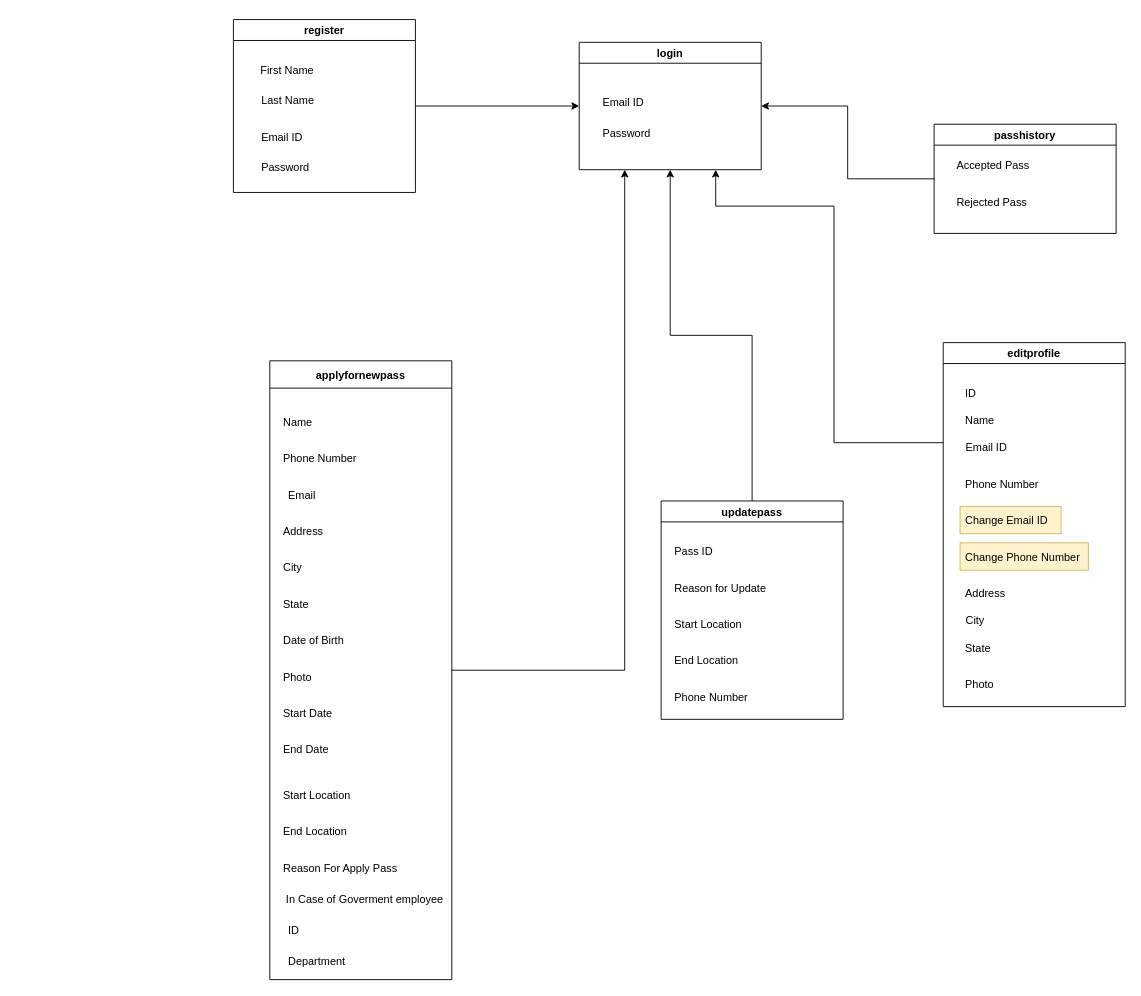
rahulvermafreelancer/curfewpass-django keeps this draw.io diagram as curfewpass-class-diagram.drawio. Above is the earlier version. Source tidied: cells renumbered, new cells numbered last; positions are measured from the earlier drawing's top-left corner, leaving out a move shared by most shapes. Both pictures are drawn from the tidied source at 91%, with x=0, y=0 at pixel (233, 19).
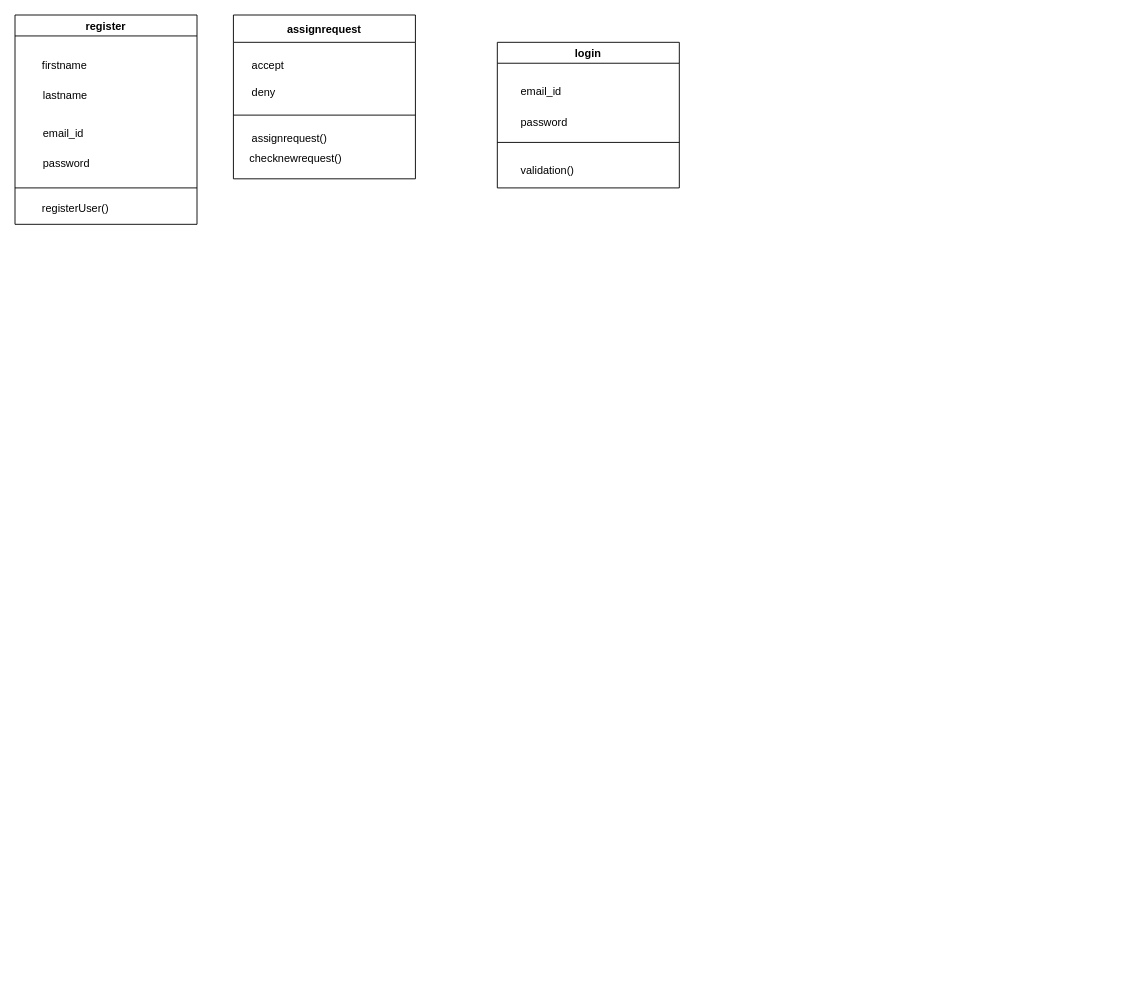
The same page after the edit.

The edit, as a diff of the source:
```diff
@@
     <mxCell id="2" value="login" style="swimlane;" parent="1" vertex="1">
-      <mxGeometry x="380" y="25" width="200" height="140" as="geometry" />
+      <mxGeometry x="290" y="25" width="200" height="160" as="geometry" />
     </mxCell>
-    <mxCell id="3" value="Email ID" style="text;strokeColor=none;fillColor=none;align=left;verticalAlign=middle;spacingLeft=4;spacingRight=4;overflow=hidden;" parent="2" vertex="1">
-      <mxGeometry x="20" y="50" width="110" height="30" as="geometry" />
+    <mxCell id="3" value="email_id" style="text;strokeColor=none;fillColor=none;align=left;verticalAlign=middle;spacingLeft=4;spacingRight=4;overflow=hidden;" parent="2" vertex="1">
+      <mxGeometry x="20" y="38" width="110" height="30" as="geometry" />
     </mxCell>
-    <mxCell id="4" value="Password" style="text;strokeColor=none;fillColor=none;align=left;verticalAlign=middle;spacingLeft=4;spacingRight=4;overflow=hidden;" parent="2" vertex="1">
-      <mxGeometry x="20" y="85" width="110" height="30" as="geometry" />
+    <mxCell id="4" value="password" style="text;strokeColor=none;fillColor=none;align=left;verticalAlign=middle;spacingLeft=4;spacingRight=4;overflow=hidden;" parent="2" vertex="1">
+      <mxGeometry x="20" y="72" width="110" height="30" as="geometry" />
     </mxCell>
-    <mxCell id="5" style="edgeStyle=orthogonalEdgeStyle;rounded=0;jettySize=auto;html=1;entryX=0.25;entryY=1;entryDx=0;entryDy=0;" parent="1" edge="1" source="6" target="2">
-      <mxGeometry relative="1" as="geometry" />
-    </mxCell>
-    <mxCell id="6" value="applyfornewpass" style="swimlane;startSize=30;" parent="1" vertex="1">
-      <mxGeometry x="40" y="375" width="200" height="680" as="geometry" />
-    </mxCell>
-    <mxCell id="7" value="Name" style="text;strokeColor=none;fillColor=none;align=left;verticalAlign=middle;spacingLeft=4;spacingRight=4;overflow=hidden;" parent="6" vertex="1">
-      <mxGeometry x="9" y="52" width="80" height="30" as="geometry" />
-    </mxCell>
-    <mxCell id="8" value="Email" style="text;strokeColor=none;fillColor=none;align=left;verticalAlign=middle;spacingLeft=4;spacingRight=4;overflow=hidden;" parent="6" vertex="1">
-      <mxGeometry x="14.5" y="132" width="80" height="30" as="geometry" />
-    </mxCell>
-    <mxCell id="9" value="Phone Number" style="text;strokeColor=none;fillColor=none;align=left;verticalAlign=middle;spacingLeft=4;spacingRight=4;overflow=hidden;" parent="6" vertex="1">
-      <mxGeometry x="9" y="92" width="121" height="30" as="geometry" />
-    </mxCell>
-    <mxCell id="10" value="Address" style="text;strokeColor=none;fillColor=none;align=left;verticalAlign=middle;spacingLeft=4;spacingRight=4;overflow=hidden;" parent="6" vertex="1">
-      <mxGeometry x="9" y="172" width="80" height="30" as="geometry" />
-    </mxCell>
-    <mxCell id="11" value="City" style="text;strokeColor=none;fillColor=none;align=left;verticalAlign=middle;spacingLeft=4;spacingRight=4;overflow=hidden;" parent="6" vertex="1">
-      <mxGeometry x="9" y="212" width="80" height="30" as="geometry" />
-    </mxCell>
-    <mxCell id="12" value="State" style="text;strokeColor=none;fillColor=none;align=left;verticalAlign=middle;spacingLeft=4;spacingRight=4;overflow=hidden;" parent="6" vertex="1">
-      <mxGeometry x="9" y="252" width="80" height="30" as="geometry" />
-    </mxCell>
-    <mxCell id="13" value="Date of Birth" style="text;strokeColor=none;fillColor=none;align=left;verticalAlign=middle;spacingLeft=4;spacingRight=4;overflow=hidden;" parent="6" vertex="1">
-      <mxGeometry x="9" y="292" width="80" height="30" as="geometry" />
-    </mxCell>
-    <mxCell id="14" value="Photo" style="text;strokeColor=none;fillColor=none;align=left;verticalAlign=middle;spacingLeft=4;spacingRight=4;overflow=hidden;" parent="6" vertex="1">
-      <mxGeometry x="9" y="332" width="80" height="30" as="geometry" />
-    </mxCell>
-    <mxCell id="15" value="Start Date" style="text;strokeColor=none;fillColor=none;align=left;verticalAlign=middle;spacingLeft=4;spacingRight=4;overflow=hidden;" parent="6" vertex="1">
-      <mxGeometry x="9" y="372" width="80" height="30" as="geometry" />
-    </mxCell>
-    <mxCell id="16" value="End Date" style="text;strokeColor=none;fillColor=none;align=left;verticalAlign=middle;spacingLeft=4;spacingRight=4;overflow=hidden;" parent="6" vertex="1">
-      <mxGeometry x="9" y="412" width="80" height="30" as="geometry" />
-    </mxCell>
-    <mxCell id="17" value="Start Location" style="text;strokeColor=none;fillColor=none;align=left;verticalAlign=middle;spacingLeft=4;spacingRight=4;overflow=hidden;" parent="6" vertex="1">
-      <mxGeometry x="9" y="462" width="91" height="30" as="geometry" />
-    </mxCell>
-    <mxCell id="18" value="End Location" style="text;strokeColor=none;fillColor=none;align=left;verticalAlign=middle;spacingLeft=4;spacingRight=4;overflow=hidden;" parent="6" vertex="1">
-      <mxGeometry x="9" y="502" width="80" height="30" as="geometry" />
-    </mxCell>
-    <mxCell id="19" value="Reason For Apply Pass" style="text;strokeColor=none;fillColor=none;align=left;verticalAlign=middle;spacingLeft=4;spacingRight=4;overflow=hidden;" parent="6" vertex="1">
-      <mxGeometry x="9" y="542" width="145.5" height="30" as="geometry" />
-    </mxCell>
-    <mxCell id="20" value="In Case of Goverment employee" style="text;html=1;align=center;verticalAlign=middle;strokeColor=none;fillColor=none;" parent="6" vertex="1">
-      <mxGeometry x="9" y="582" width="190" height="20" as="geometry" />
-    </mxCell>
-    <mxCell id="21" value="ID" style="text;strokeColor=none;fillColor=none;align=left;verticalAlign=middle;spacingLeft=4;spacingRight=4;overflow=hidden;" parent="6" vertex="1">
-      <mxGeometry x="14.5" y="610" width="80" height="30" as="geometry" />
-    </mxCell>
-    <mxCell id="22" value="Department" style="text;strokeColor=none;fillColor=none;align=left;verticalAlign=middle;spacingLeft=4;spacingRight=4;overflow=hidden;" parent="6" vertex="1">
-      <mxGeometry x="14.5" y="644" width="80" height="30" as="geometry" />
-    </mxCell>
-    <mxCell id="23" style="edgeStyle=orthogonalEdgeStyle;rounded=0;jettySize=auto;html=1;entryX=0.5;entryY=1;entryDx=0;entryDy=0;" parent="1" edge="1" source="24" target="2">
-      <mxGeometry relative="1" as="geometry" />
-    </mxCell>
-    <mxCell id="24" value="updatepass" style="swimlane;" parent="1" vertex="1">
-      <mxGeometry x="470" y="529" width="200" height="240" as="geometry" />
-    </mxCell>
-    <mxCell id="25" value="Pass ID" style="text;strokeColor=none;fillColor=none;align=left;verticalAlign=middle;spacingLeft=4;spacingRight=4;overflow=hidden;" parent="24" vertex="1">
-      <mxGeometry x="9" y="40" width="80" height="30" as="geometry" />
-    </mxCell>
-    <mxCell id="26" value="Reason for Update" style="text;strokeColor=none;fillColor=none;align=left;verticalAlign=middle;spacingLeft=4;spacingRight=4;overflow=hidden;" parent="24" vertex="1">
-      <mxGeometry x="9" y="80" width="121" height="30" as="geometry" />
-    </mxCell>
-    <mxCell id="27" value="Start Location" style="text;strokeColor=none;fillColor=none;align=left;verticalAlign=middle;spacingLeft=4;spacingRight=4;overflow=hidden;" parent="24" vertex="1">
-      <mxGeometry x="9" y="120" width="101" height="30" as="geometry" />
-    </mxCell>
-    <mxCell id="28" value="End Location" style="text;strokeColor=none;fillColor=none;align=left;verticalAlign=middle;spacingLeft=4;spacingRight=4;overflow=hidden;" parent="24" vertex="1">
-      <mxGeometry x="9" y="160" width="111" height="30" as="geometry" />
-    </mxCell>
-    <mxCell id="29" value="Phone Number" style="text;strokeColor=none;fillColor=none;align=left;verticalAlign=middle;spacingLeft=4;spacingRight=4;overflow=hidden;" parent="24" vertex="1">
-      <mxGeometry x="9" y="200" width="121" height="30" as="geometry" />
-    </mxCell>
-    <mxCell id="30" style="edgeStyle=orthogonalEdgeStyle;rounded=0;jettySize=auto;html=1;entryX=1;entryY=0.5;entryDx=0;entryDy=0;" parent="1" edge="1" source="31" target="2">
-      <mxGeometry relative="1" as="geometry" />
-    </mxCell>
-    <mxCell id="31" value="passhistory" style="swimlane;" parent="1" vertex="1">
-      <mxGeometry x="770" y="115" width="200" height="120" as="geometry" />
-    </mxCell>
-    <mxCell id="32" value="Accepted Pass" style="text;strokeColor=none;fillColor=none;align=left;verticalAlign=middle;spacingLeft=4;spacingRight=4;overflow=hidden;" parent="31" vertex="1">
-      <mxGeometry x="19" y="30" width="111" height="30" as="geometry" />
-    </mxCell>
-    <mxCell id="33" value="Rejected Pass" style="text;strokeColor=none;fillColor=none;align=left;verticalAlign=middle;spacingLeft=4;spacingRight=4;overflow=hidden;" parent="31" vertex="1">
-      <mxGeometry x="19" y="70" width="91" height="30" as="geometry" />
-    </mxCell>
-    <mxCell id="34" style="edgeStyle=orthogonalEdgeStyle;rounded=0;jettySize=auto;html=1;entryX=0.75;entryY=1;entryDx=0;entryDy=0;" parent="1" edge="1" source="35" target="2">
-      <mxGeometry relative="1" as="geometry">
-        <Array as="points">
-          <mxPoint x="660" y="465" />
-          <mxPoint x="660" y="205" />
-          <mxPoint x="530" y="205" />
-        </Array>
-      </mxGeometry>
-    </mxCell>
-    <mxCell id="35" value="editprofile" style="swimlane;" parent="1" vertex="1">
-      <mxGeometry x="780" y="355" width="200" height="400" as="geometry" />
-    </mxCell>
-    <mxCell id="36" value="Name" style="text;strokeColor=none;fillColor=none;align=left;verticalAlign=middle;spacingLeft=4;spacingRight=4;overflow=hidden;" parent="35" vertex="1">
-      <mxGeometry x="18.5" y="70" width="80" height="30" as="geometry" />
-    </mxCell>
-    <mxCell id="37" value="Email ID" style="text;strokeColor=none;fillColor=none;align=left;verticalAlign=middle;spacingLeft=4;spacingRight=4;overflow=hidden;" parent="35" vertex="1">
-      <mxGeometry x="19" y="100" width="80" height="30" as="geometry" />
-    </mxCell>
-    <mxCell id="38" value="Phone Number" style="text;strokeColor=none;fillColor=none;align=left;verticalAlign=middle;spacingLeft=4;spacingRight=4;overflow=hidden;" parent="35" vertex="1">
-      <mxGeometry x="18.5" y="140" width="101" height="30" as="geometry" />
-    </mxCell>
-    <mxCell id="39" value="Change Email ID" style="text;strokeColor=#d6b656;fillColor=#fff2cc;align=left;verticalAlign=middle;spacingLeft=4;spacingRight=4;overflow=hidden;" parent="35" vertex="1">
-      <mxGeometry x="18.5" y="180" width="111" height="30" as="geometry" />
-    </mxCell>
-    <mxCell id="40" value="Change Phone Number" style="text;strokeColor=#d6b656;fillColor=#fff2cc;align=left;verticalAlign=middle;spacingLeft=4;spacingRight=4;overflow=hidden;" parent="35" vertex="1">
-      <mxGeometry x="18.5" y="220" width="141" height="30" as="geometry" />
-    </mxCell>
-    <mxCell id="41" value="Address" style="text;strokeColor=none;fillColor=none;align=left;verticalAlign=middle;spacingLeft=4;spacingRight=4;overflow=hidden;" parent="35" vertex="1">
-      <mxGeometry x="18.5" y="260" width="80" height="30" as="geometry" />
-    </mxCell>
-    <mxCell id="42" value="City" style="text;strokeColor=none;fillColor=none;align=left;verticalAlign=middle;spacingLeft=4;spacingRight=4;overflow=hidden;" parent="35" vertex="1">
-      <mxGeometry x="19" y="290" width="80" height="30" as="geometry" />
-    </mxCell>
-    <mxCell id="43" value="State" style="text;strokeColor=none;fillColor=none;align=left;verticalAlign=middle;spacingLeft=4;spacingRight=4;overflow=hidden;" parent="35" vertex="1">
-      <mxGeometry x="18.5" y="320" width="80" height="30" as="geometry" />
-    </mxCell>
-    <mxCell id="44" value="ID" style="text;strokeColor=none;fillColor=none;align=left;verticalAlign=middle;spacingLeft=4;spacingRight=4;overflow=hidden;" parent="35" vertex="1">
-      <mxGeometry x="18.5" y="40" width="80" height="30" as="geometry" />
-    </mxCell>
-    <mxCell id="45" value="Photo" style="text;strokeColor=none;fillColor=none;align=left;verticalAlign=middle;spacingLeft=4;spacingRight=4;overflow=hidden;" parent="35" vertex="1">
-      <mxGeometry x="18.5" y="360" width="80" height="30" as="geometry" />
-    </mxCell>
-    <mxCell id="46" style="edgeStyle=orthogonalEdgeStyle;rounded=0;jettySize=auto;html=1;entryX=0;entryY=0.5;entryDx=0;entryDy=0;" parent="1" edge="1" source="47" target="2">
-      <mxGeometry relative="1" as="geometry" />
-    </mxCell>
+    <mxCell id="52" value="validation()" style="text;strokeColor=none;fillColor=none;align=left;verticalAlign=middle;spacingLeft=4;spacingRight=4;overflow=hidden;" parent="2" vertex="1">
+      <mxGeometry x="20" y="125" width="110" height="30" as="geometry" />
+    </mxCell>
+    <mxCell id="53" style="endArrow=none;html=1;rounded=0;" parent="2" edge="1">
+      <mxGeometry relative="1" as="geometry">
+        <mxPoint y="110" as="sourcePoint" />
+        <mxPoint x="200" y="110" as="targetPoint" />
+      </mxGeometry>
+    </mxCell>
     <mxCell id="47" value="register" style="swimlane;" parent="1" vertex="1">
-      <mxGeometry width="200" height="190" as="geometry" />
+      <mxGeometry x="-240" y="-5" width="200" height="230" as="geometry" />
     </mxCell>
-    <mxCell id="48" value="Last Name" style="text;strokeColor=none;fillColor=none;align=left;verticalAlign=middle;spacingLeft=4;spacingRight=4;overflow=hidden;" parent="47" vertex="1">
+    <mxCell id="48" value="lastname" style="text;strokeColor=none;fillColor=none;align=left;verticalAlign=middle;spacingLeft=4;spacingRight=4;overflow=hidden;" parent="47" vertex="1">
       <mxGeometry x="25" y="73" width="110" height="30" as="geometry" />
     </mxCell>
-    <mxCell id="49" value="Password" style="text;strokeColor=none;fillColor=none;align=left;verticalAlign=middle;spacingLeft=4;spacingRight=4;overflow=hidden;" parent="47" vertex="1">
+    <mxCell id="49" value="password" style="text;strokeColor=none;fillColor=none;align=left;verticalAlign=middle;spacingLeft=4;spacingRight=4;overflow=hidden;" parent="47" vertex="1">
       <mxGeometry x="25" y="147" width="110" height="30" as="geometry" />
     </mxCell>
-    <mxCell id="50" value="Email ID" style="text;strokeColor=none;fillColor=none;align=left;verticalAlign=middle;spacingLeft=4;spacingRight=4;overflow=hidden;" parent="47" vertex="1">
+    <mxCell id="50" value="email_id" style="text;strokeColor=none;fillColor=none;align=left;verticalAlign=middle;spacingLeft=4;spacingRight=4;overflow=hidden;" parent="47" vertex="1">
       <mxGeometry x="25" y="114" width="110" height="30" as="geometry" />
     </mxCell>
-    <mxCell id="51" value="First Name" style="text;strokeColor=none;fillColor=none;align=left;verticalAlign=middle;spacingLeft=4;spacingRight=4;overflow=hidden;" parent="47" vertex="1">
+    <mxCell id="51" value="firstname" style="text;strokeColor=none;fillColor=none;align=left;verticalAlign=middle;spacingLeft=4;spacingRight=4;overflow=hidden;" parent="47" vertex="1">
       <mxGeometry x="24" y="40" width="110" height="30" as="geometry" />
     </mxCell>
+    <mxCell id="54" value="registerUser()" style="text;strokeColor=none;fillColor=none;align=left;verticalAlign=middle;spacingLeft=4;spacingRight=4;overflow=hidden;" parent="47" vertex="1">
+      <mxGeometry x="24" y="197" width="110" height="30" as="geometry" />
+    </mxCell>
+    <mxCell id="55" style="endArrow=none;html=1;rounded=0;" parent="1" edge="1">
+      <mxGeometry relative="1" as="geometry">
+        <mxPoint x="-240" y="185" as="sourcePoint" />
+        <mxPoint x="-40" y="185" as="targetPoint" />
+      </mxGeometry>
+    </mxCell>
+    <mxCell id="56" value="assignrequest" style="swimlane;startSize=30;" parent="1" vertex="1">
+      <mxGeometry y="-5" width="200" height="180" as="geometry" />
+    </mxCell>
+    <mxCell id="57" value="accept" style="text;strokeColor=none;fillColor=none;align=left;verticalAlign=middle;spacingLeft=4;spacingRight=4;overflow=hidden;" parent="56" vertex="1">
+      <mxGeometry x="14.5" y="40" width="80" height="30" as="geometry" />
+    </mxCell>
+    <mxCell id="58" value="deny" style="text;strokeColor=none;fillColor=none;align=left;verticalAlign=middle;spacingLeft=4;spacingRight=4;overflow=hidden;" parent="56" vertex="1">
+      <mxGeometry x="14.5" y="70" width="131" height="30" as="geometry" />
+    </mxCell>
+    <mxCell id="59" value="assignrequest()" style="text;strokeColor=none;fillColor=none;align=left;verticalAlign=middle;spacingLeft=4;spacingRight=4;overflow=hidden;" parent="56" vertex="1">
+      <mxGeometry x="14.5" y="120" width="135.5" height="30" as="geometry" />
+    </mxCell>
+    <mxCell id="60" style="endArrow=none;html=1;rounded=0;" parent="56" edge="1">
+      <mxGeometry relative="1" as="geometry">
+        <mxPoint y="110" as="sourcePoint" />
+        <mxPoint x="200" y="110" as="targetPoint" />
+      </mxGeometry>
+    </mxCell>
+    <mxCell id="61" value="checknewrequest()" style="text;strokeColor=none;fillColor=none;align=left;verticalAlign=middle;spacingLeft=4;spacingRight=4;overflow=hidden;" parent="56" vertex="1">
+      <mxGeometry x="12" y="142" width="135.5" height="30" as="geometry" />
+    </mxCell>
```
